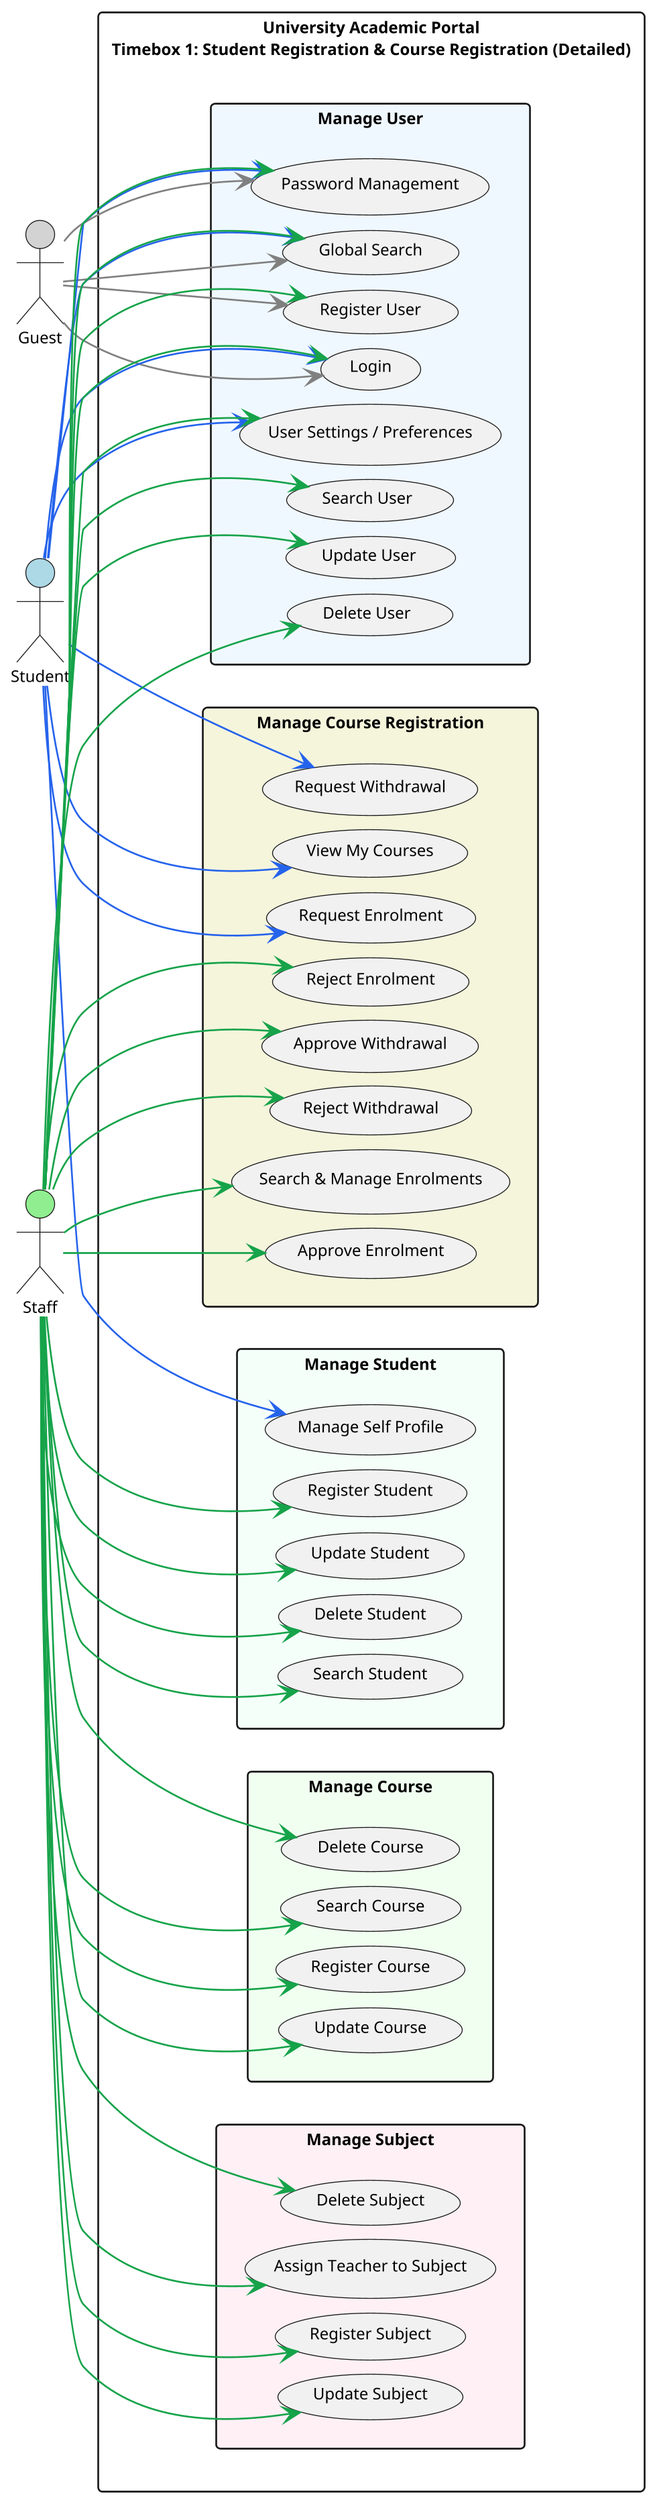
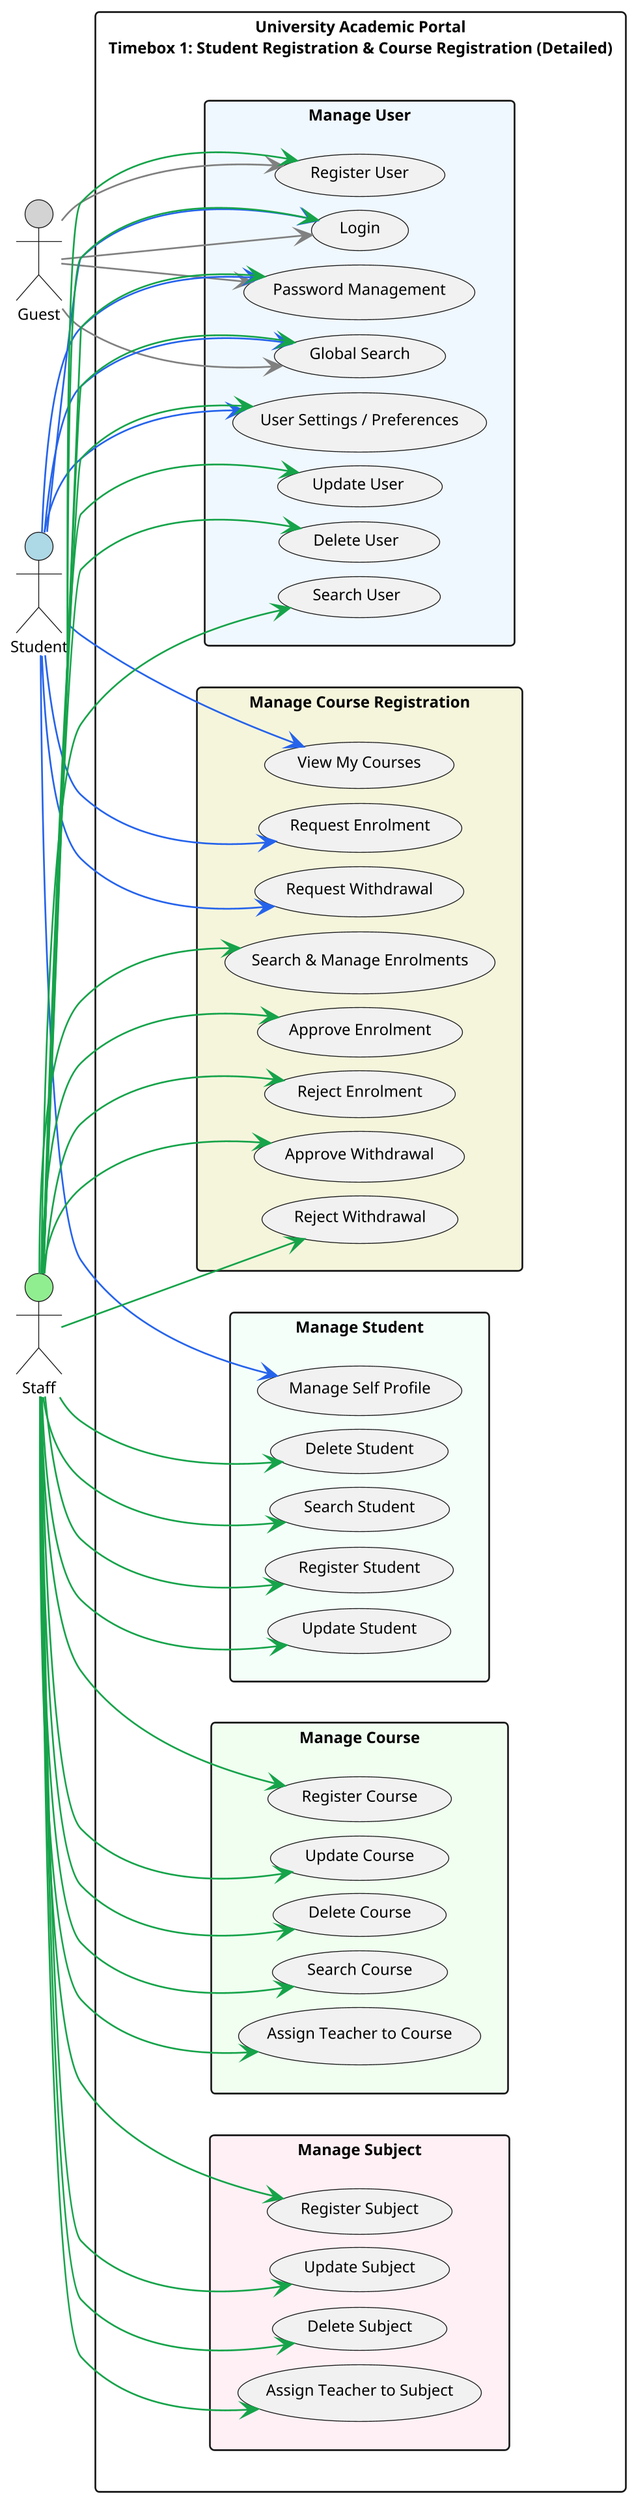
@startuml
left to right direction
skinparam packageStyle rectangle
skinparam shadowing false
skinparam dpi 300

' Detailed diagram - covers full FR list 5.1.1 (ML level)
scale 0.85
skinparam defaultFontSize 9
skinparam ranksep 8
skinparam nodesep 8
skinparam RectanglePadding 5

actor Guest #LightGray
actor Student #LightBlue
actor Staff #LightGreen

rectangle "University Academic Portal\nTimebox 1: Student Registration & Course Registration (Detailed)" #White {

  rectangle "Manage User" #AliceBlue {
    usecase "Register User" as UC1
    usecase "Login" as UC2
    usecase "Update User" as UC1b
    usecase "Delete User" as UC1c
    usecase "Search User" as UC1d
    usecase "Password Management" as UC3
    usecase "User Settings / Preferences" as UC4
    usecase "Global Search" as UC5
  }

  rectangle "Manage Student" #MintCream {
    usecase "Register Student" as UC6
    usecase "Update Student" as UC6b
    usecase "Delete Student" as UC6c
    usecase "Search Student" as UC6d
    usecase "Manage Self Profile" as UC7
  }

  rectangle "Manage Course" #Honeydew {
    usecase "Register Course" as UC8
    usecase "Update Course" as UC8b
    usecase "Delete Course" as UC8c
    usecase "Search Course" as UC8d
+     usecase "Assign Teacher to Course" as UC8e
  }

  rectangle "Manage Subject" #LavenderBlush {
    usecase "Register Subject" as UC9
    usecase "Update Subject" as UC9b
    usecase "Delete Subject" as UC9c
    usecase "Assign Teacher to Subject" as UC10
  }

  rectangle "Manage Course Registration" #Beige {
    usecase "Request Enrolment" as UC11
    usecase "Request Withdrawal" as UC12
    usecase "View My Courses" as UC13
    usecase "Approve Enrolment" as UC14
    usecase "Reject Enrolment" as UC15
    usecase "Approve Withdrawal" as UC16
    usecase "Reject Withdrawal" as UC17
    usecase "Search & Manage Enrolments" as UC18
  }
}

' Guest
Guest -[#808080]-> UC1
Guest -[#808080]-> UC2
Guest -[#808080]-> UC3
Guest -[#808080]-> UC5

' Student
Student -[#2563EB]-> UC2
Student -[#2563EB]-> UC3
Student -[#2563EB]-> UC4
Student -[#2563EB]-> UC5
Student -[#2563EB]-> UC7
Student -[#2563EB]-> UC11
Student -[#2563EB]-> UC12
Student -[#2563EB]-> UC13

' Staff - User
Staff -[#16A34A]-> UC1
Staff -[#16A34A]-> UC1b
Staff -[#16A34A]-> UC1c
Staff -[#16A34A]-> UC1d
Staff -[#16A34A]-> UC2
Staff -[#16A34A]-> UC3
Staff -[#16A34A]-> UC4
Staff -[#16A34A]-> UC5
' Staff - Student
Staff -[#16A34A]-> UC6
Staff -[#16A34A]-> UC6b
Staff -[#16A34A]-> UC6c
Staff -[#16A34A]-> UC6d
' Staff - Course
Staff -[#16A34A]-> UC8
Staff -[#16A34A]-> UC8b
Staff -[#16A34A]-> UC8c
Staff -[#16A34A]-> UC8d
+ Staff -[#16A34A]-> UC8e
' Staff - Subject
Staff -[#16A34A]-> UC9
Staff -[#16A34A]-> UC9b
Staff -[#16A34A]-> UC9c
Staff -[#16A34A]-> UC10
' Staff - Enrolment
Staff -[#16A34A]-> UC14
Staff -[#16A34A]-> UC15
Staff -[#16A34A]-> UC16
Staff -[#16A34A]-> UC17
Staff -[#16A34A]-> UC18
@enduml
